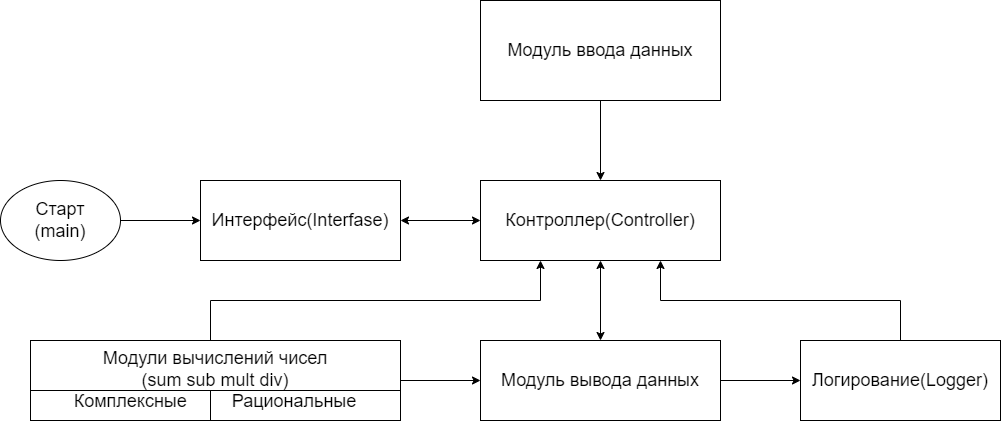
Earlier version of the draw.io export LecturePython/HelloPython/Calc/Calculator complex and rational nambers.drawio.png (AndreyK89/Course_Python). Source tidied: cells renumbered, new cells last; positions are measured from the earlier drawing's top-left corner, leaving out a move shared by most shapes.
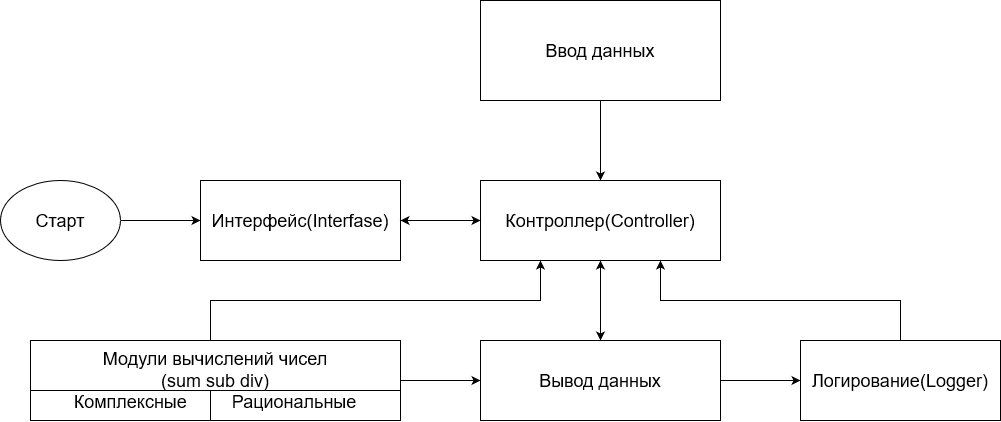
The same file after the commit.

Commit message:
Add Calculator complex and rational nambers.drawio

Change to the diagram source:
```diff
@@ -5,7 +5,7 @@
     <mxCell id="2" style="edgeStyle=orthogonalEdgeStyle;rounded=0;jettySize=auto;html=1;fontSize=18;" parent="1" edge="1" source="3" target="4">
       <mxGeometry relative="1" as="geometry" />
     </mxCell>
-    <mxCell id="3" value="&lt;span style=&quot;font-size: 18px&quot;&gt;Старт&lt;br&gt;(main)&lt;br&gt;&lt;/span&gt;" style="ellipse;whiteSpace=wrap;html=1;" parent="1" vertex="1">
+    <mxCell id="3" value="&lt;font style=&quot;font-size: 18px;&quot;&gt;Старт&lt;/font&gt;" style="ellipse;whiteSpace=wrap;html=1;" parent="1" vertex="1">
       <mxGeometry y="180" width="120" height="80" as="geometry" />
     </mxCell>
     <mxCell id="4" value="Интерфейс(Interfase)" style="rounded=0;whiteSpace=wrap;html=1;fontSize=18;" parent="1" vertex="1">
@@ -17,7 +17,7 @@
     <mxCell id="6" style="edgeStyle=orthogonalEdgeStyle;rounded=0;jettySize=auto;html=1;fontSize=18;" parent="1" edge="1" source="7" target="5">
       <mxGeometry relative="1" as="geometry" />
     </mxCell>
-    <mxCell id="7" value="Модуль ввода данных" style="rounded=0;whiteSpace=wrap;html=1;fontSize=18;" parent="1" vertex="1">
+    <mxCell id="7" value="Ввод данных" style="rounded=0;whiteSpace=wrap;html=1;fontSize=18;" parent="1" vertex="1">
       <mxGeometry x="480" width="240" height="100" as="geometry" />
     </mxCell>
     <mxCell id="8" style="edgeStyle=orthogonalEdgeStyle;rounded=0;jettySize=auto;html=1;fontSize=18;" parent="1" edge="1" source="10" target="13">
@@ -31,7 +31,7 @@
         </Array>
       </mxGeometry>
     </mxCell>
-    <mxCell id="10" value="&lt;div&gt;Модули вычислений чисел&lt;/div&gt;&lt;div&gt;(sum sub mult div)&lt;br&gt;&lt;/div&gt;&lt;div&gt;Комплексные &amp;nbsp; &amp;nbsp; &amp;nbsp; &amp;nbsp; Рациональные&lt;br&gt;&lt;/div&gt;" style="rounded=0;whiteSpace=wrap;html=1;fontSize=18;" parent="1" vertex="1">
+    <mxCell id="10" value="&lt;div&gt;Модули вычислений чисел&lt;/div&gt;&lt;div&gt;(sum sub div)&lt;br&gt;&lt;/div&gt;&lt;div&gt;Комплексные &amp;nbsp; &amp;nbsp; &amp;nbsp; &amp;nbsp; Рациональные&lt;br&gt;&lt;/div&gt;" style="rounded=0;whiteSpace=wrap;html=1;fontSize=18;" parent="1" vertex="1">
       <mxGeometry x="30" y="340" width="370" height="80" as="geometry" />
     </mxCell>
     <mxCell id="11" style="endArrow=none;html=1;rounded=0;fontSize=18;" parent="1" edge="1">
@@ -43,7 +43,7 @@
     <mxCell id="12" style="edgeStyle=orthogonalEdgeStyle;rounded=0;jettySize=auto;html=1;fontSize=18;" parent="1" edge="1" source="13" target="15">
       <mxGeometry relative="1" as="geometry" />
     </mxCell>
-    <mxCell id="13" value="Модуль вывода данных" style="rounded=0;whiteSpace=wrap;html=1;fontSize=18;" parent="1" vertex="1">
+    <mxCell id="13" value="Вывод данных" style="rounded=0;whiteSpace=wrap;html=1;fontSize=18;" parent="1" vertex="1">
       <mxGeometry x="480" y="340" width="240" height="80" as="geometry" />
     </mxCell>
     <mxCell id="14" style="edgeStyle=orthogonalEdgeStyle;rounded=0;jettySize=auto;html=1;entryX=0.75;entryY=1;entryDx=0;entryDy=0;fontSize=18;" parent="1" edge="1" source="15" target="5">
```
